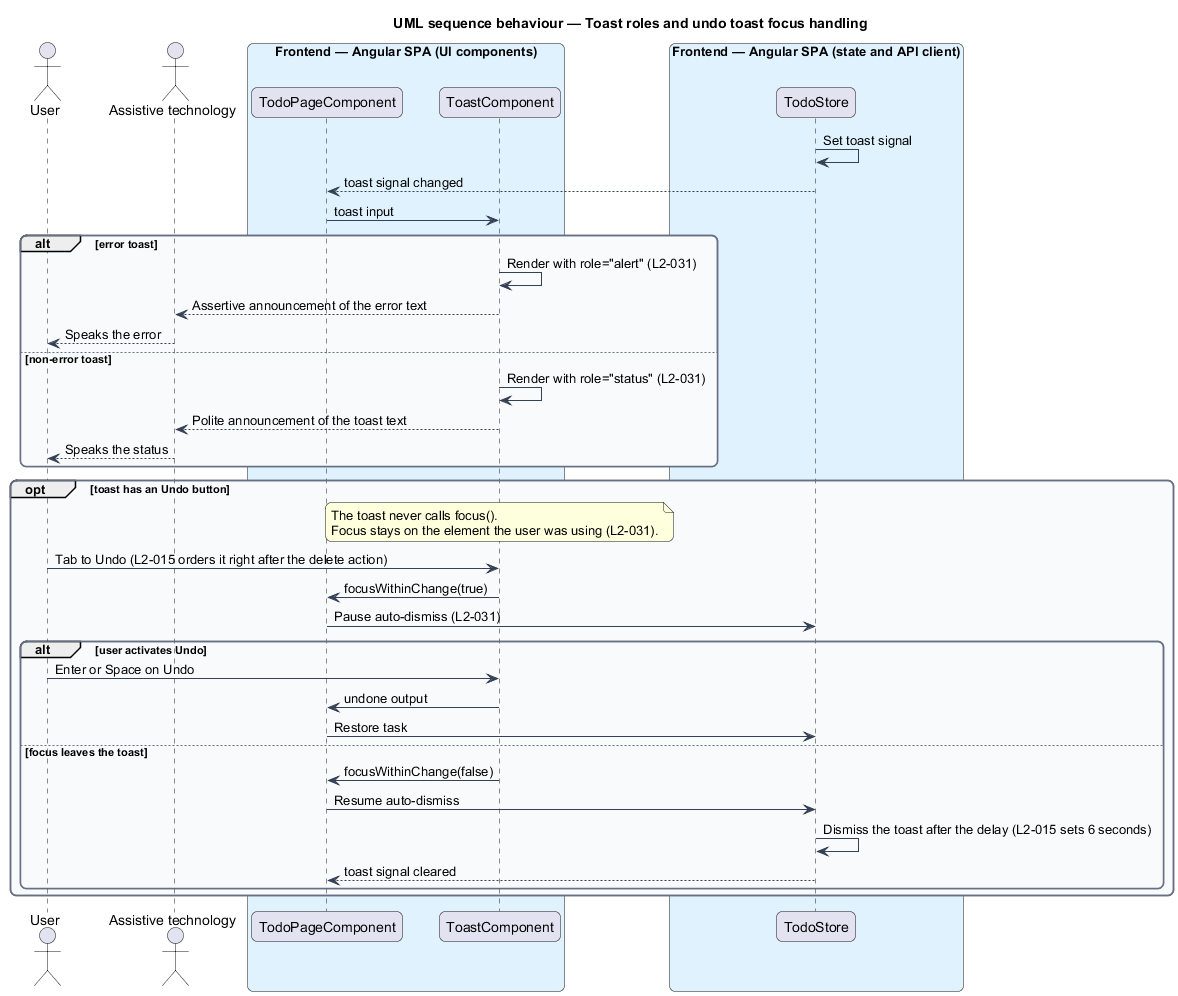
This is docs/detailed-designs/interface/accessible-interface/diagrams/sequence-toast-roles-and-focus.png from QuinntyneBrown/php-todo-lab, a PlantUML export, as it was before one commit. Its diagram source:
```plantuml
@startuml
title UML sequence behaviour — Toast roles and undo toast focus handling
skinparam backgroundColor #FFFFFF
skinparam shadowing false
skinparam roundcorner 12
skinparam defaultFontName Arial
skinparam ArrowColor #344054
skinparam rectangle {
  BorderColor #344054
  FontColor #101828
}
skinparam package {
  BorderColor #667085
  FontColor #101828
  BackgroundColor #F9FAFB
}
actor "User" as user
actor "Assistive technology" as at
box "Frontend — Angular SPA (UI components)" #E0F2FE
  participant "TodoPageComponent" as page
  participant "ToastComponent" as toast
end box
box "Frontend — Angular SPA (state and API client)" #E0F2FE
  participant "TodoStore" as store
end box
store -> store : Set toast signal
store --> page : toast signal changed
page -> toast : toast input
alt error toast
  toast -> toast : Render with role="alert" (L2-031)
  toast --> at : Assertive announcement of the error text
  at --> user : Speaks the error
else non-error toast
  toast -> toast : Render with role="status" (L2-031)
  toast --> at : Polite announcement of the toast text
  at --> user : Speaks the status
end
opt toast has an Undo button
  note over toast
    The toast never calls focus().
    Focus stays on the element the user was using (L2-031).
  end note
  user -> toast : Tab to Undo (L2-015 orders it right after the delete action)
  toast -> page : focusWithinChange(true)
  page -> store : Pause auto-dismiss (L2-031)
  alt user activates Undo
    user -> toast : Enter or Space on Undo
    toast -> page : undone output
    page -> store : Restore task
  else focus leaves the toast
    toast -> page : focusWithinChange(false)
    page -> store : Resume auto-dismiss
    store -> store : Dismiss the toast after the delay (L2-015 sets 6 seconds)
    store --> page : toast signal cleared
  end
end
@enduml
```
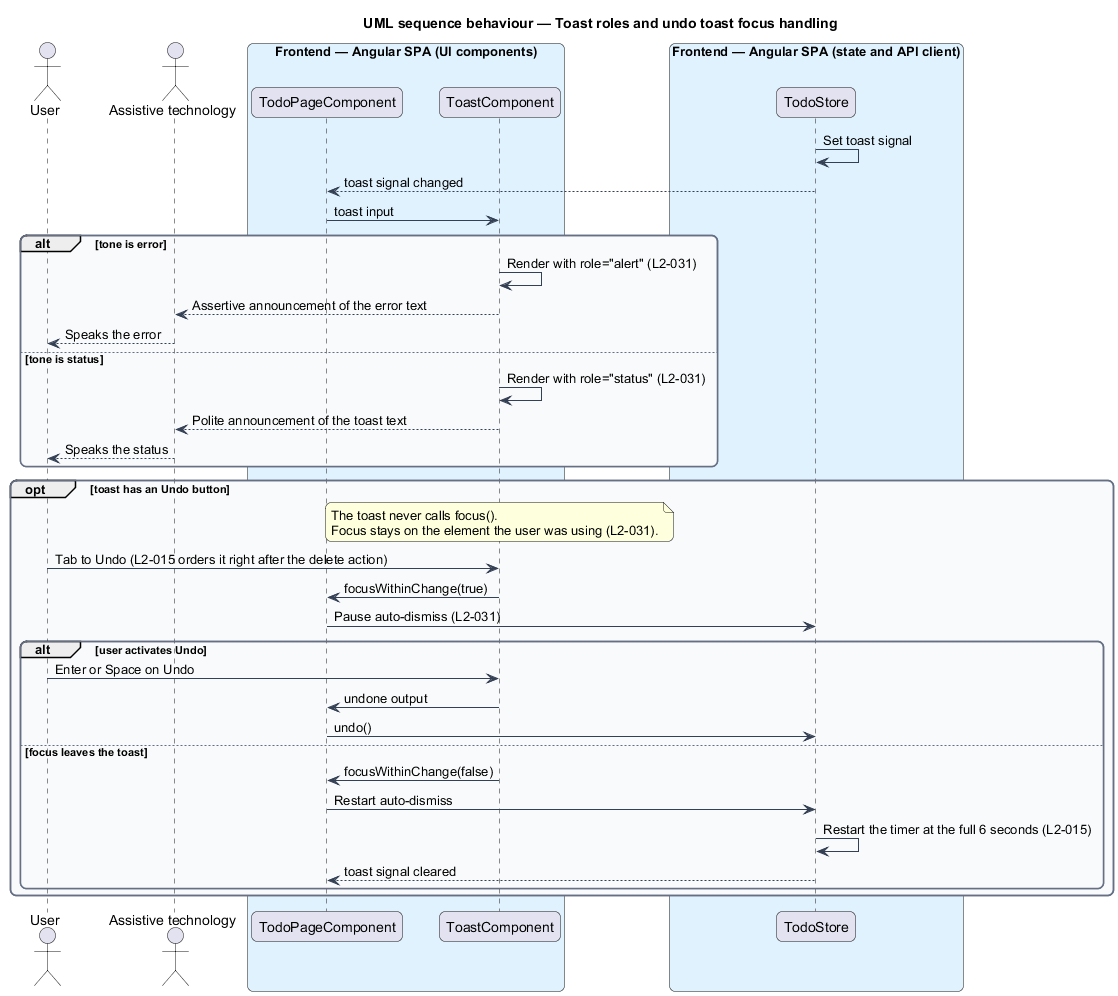
The same file after the commit.

What changed in the source:
```diff
@@ -26,11 +26,11 @@
 store -> store : Set toast signal
 store --> page : toast signal changed
 page -> toast : toast input
-alt error toast
+alt tone is error
   toast -> toast : Render with role="alert" (L2-031)
   toast --> at : Assertive announcement of the error text
   at --> user : Speaks the error
-else non-error toast
+else tone is status
   toast -> toast : Render with role="status" (L2-031)
   toast --> at : Polite announcement of the toast text
   at --> user : Speaks the status
@@ -46,11 +46,11 @@
   alt user activates Undo
     user -> toast : Enter or Space on Undo
     toast -> page : undone output
-    page -> store : Restore task
+    page -> store : undo()
   else focus leaves the toast
     toast -> page : focusWithinChange(false)
-    page -> store : Resume auto-dismiss
-    store -> store : Dismiss the toast after the delay (L2-015 sets 6 seconds)
+    page -> store : Restart auto-dismiss
+    store -> store : Restart the timer at the full 6 seconds (L2-015)
     store --> page : toast signal cleared
   end
 end
```
